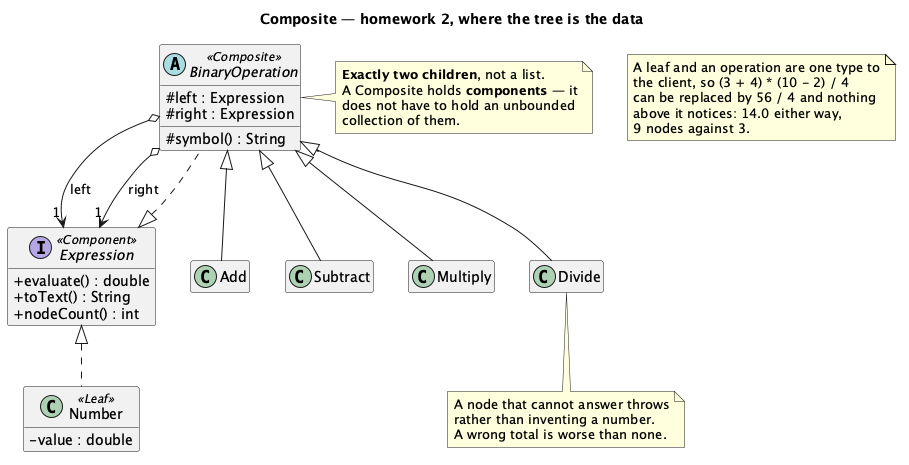
The PlantUML diagram src/main/java/dev/kaldiroglu/dp/structural/composite/hw/expression/uml/Composite - Expression (Homework) - Class Diagram.png in kaldiroglu/DesignPatternsWithJava, before a commit. Its source is kept beside it as src/main/java/dev/kaldiroglu/dp/structural/composite/hw/expression/uml/Composite - Expression (Homework) - Class Diagram.puml. Source of this version:
```plantuml
@startuml "Composite - Expression (Homework) - Class Diagram"
skinparam classAttributeIconSize 0
hide empty members
title Composite — homework 2, where the tree is the data


interface Expression <<Component>> {
  + evaluate() : double
  + toText() : String
  + nodeCount() : int
}

class Number <<Leaf>> {
  - value : double
}

abstract class BinaryOperation <<Composite>> {
  # left : Expression
  # right : Expression
  # symbol() : String
}

class Add
class Subtract
class Multiply
class Divide

Expression <|.. Number
Expression <|.. BinaryOperation
BinaryOperation o--> "1" Expression : left
BinaryOperation o--> "1" Expression : right
BinaryOperation <|-- Add
BinaryOperation <|-- Subtract
BinaryOperation <|-- Multiply
BinaryOperation <|-- Divide

note right of BinaryOperation
  <b>Exactly two children</b>, not a list.
  A Composite holds <b>components</b> — it
  does not have to hold an unbounded
  collection of them.
end note

note bottom of Divide
  A node that cannot answer throws
  rather than inventing a number.
  A wrong total is worse than none.
end note

note as N1
  A leaf and an operation are one type to
  the client, so (3 + 4) * (10 - 2) / 4
  can be replaced by 56 / 4 and nothing
  above it notices: 14.0 either way,
  9 nodes against 3.
end note

@enduml
```
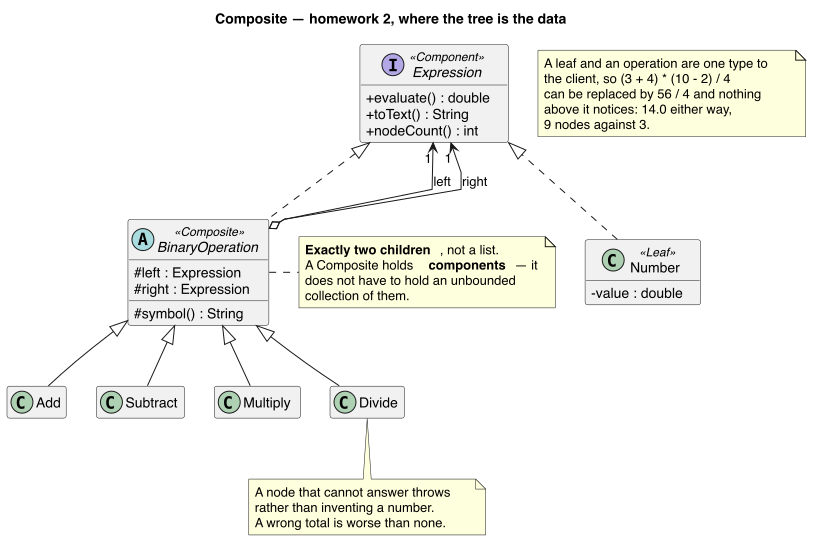
The same diagram one commit later.

The edit, as a diff of the source:
```diff
@@ -1,4 +1,6 @@
 @startuml "Composite - Expression (Homework) - Class Diagram"
+skinparam linetype polyline
+skinparam nodesep 30
 skinparam classAttributeIconSize 0
 hide empty members
 title Composite — homework 2, where the tree is the data
@@ -27,8 +29,6 @@
 
 Expression <|.. Number
 Expression <|.. BinaryOperation
-BinaryOperation o--> "1" Expression : left
-BinaryOperation o--> "1" Expression : right
 BinaryOperation <|-- Add
 BinaryOperation <|-- Subtract
 BinaryOperation <|-- Multiply
@@ -55,4 +55,10 @@
   9 nodes against 3.
 end note
 
+BinaryOperation o-[norank]-> "1" Expression : left
+BinaryOperation o-[norank]-> "1" Expression : right
+Expression -[hidden]- Number
+Expression -[hidden]- BinaryOperation
+BinaryOperation -[hidden]- Add
+BinaryOperation -[hidden]- Divide
 @enduml
```
